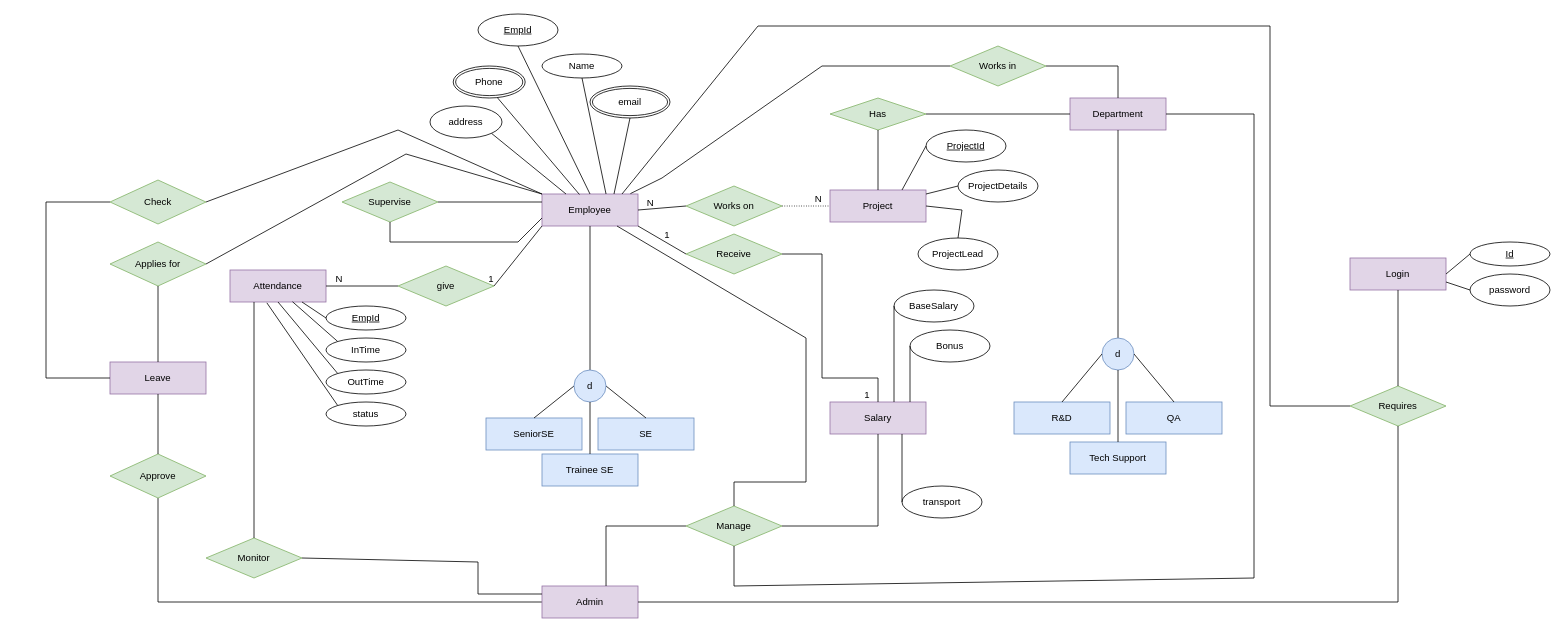
Above: ERD/EER_Software.drawio in nabilah-h-s/NSL (draw.io), before the change. Source tidied: cells renumbered, new cells numbered last; positions are measured from the earlier drawing's top-left corner, leaving out a move shared by most shapes. Both pictures are drawn from the tidied source at 80%, with x=0, y=0 at pixel (46, 14).
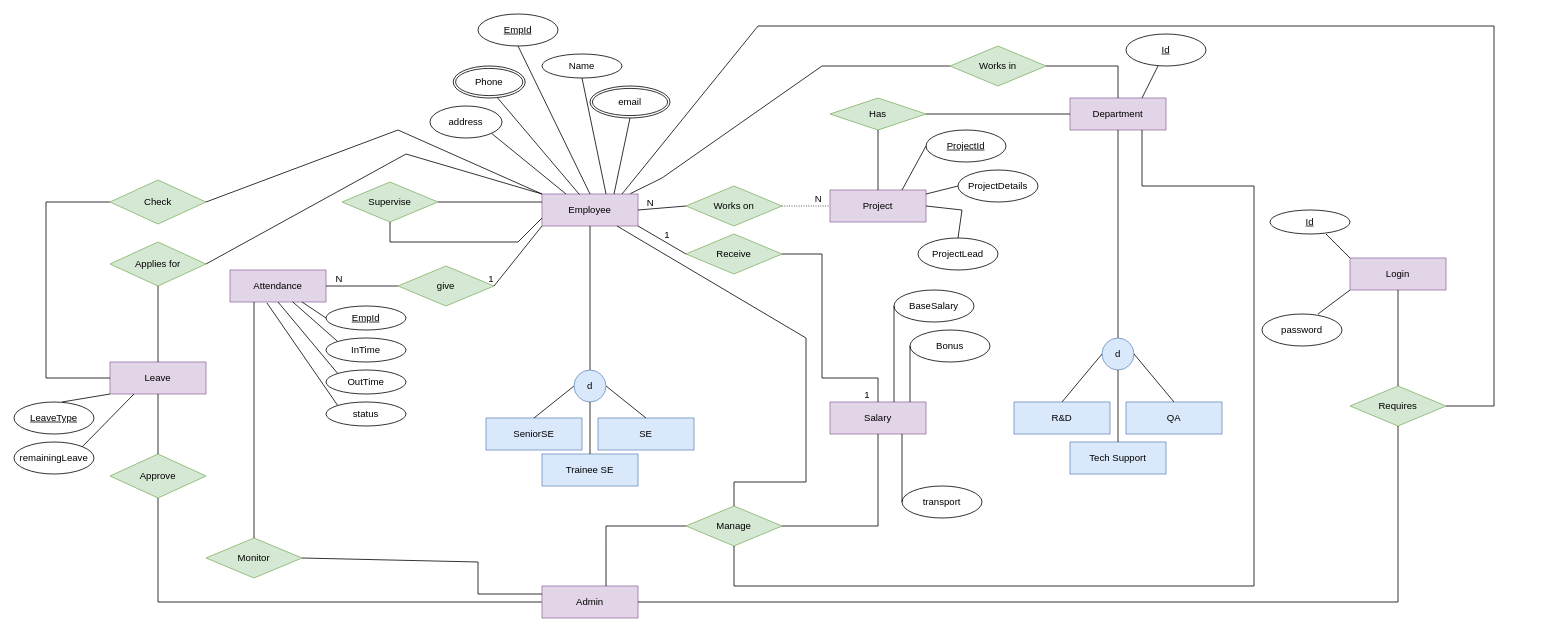
The same page after the edit.

The change refers to these unchanged cells:
```xml
<mxCell id="33" value="Department" style="rounded=0;whiteSpace=wrap;html=1;fillColor=#e1d5e7;strokeColor=#9673a6;" parent="1" vertex="1">
  <mxGeometry x="1280" y="105" width="120" height="40" as="geometry" />
</mxCell>
<mxCell id="37" value="Manage" style="shape=rhombus;perimeter=rhombusPerimeter;whiteSpace=wrap;html=1;align=center;fillColor=#d5e8d4;strokeColor=#82b366;" parent="1" vertex="1">
  <mxGeometry x="800" y="615" width="120" height="50" as="geometry" />
</mxCell>
<mxCell id="50" value="Leave" style="rounded=0;whiteSpace=wrap;html=1;fillColor=#e1d5e7;strokeColor=#9673a6;" parent="1" vertex="1">
  <mxGeometry x="80" y="435" width="120" height="40" as="geometry" />
</mxCell>
<mxCell id="92" value="Login" style="rounded=0;whiteSpace=wrap;html=1;fillColor=#e1d5e7;strokeColor=#9673a6;" parent="1" vertex="1">
  <mxGeometry x="1630" y="305" width="120" height="40" as="geometry" />
</mxCell>
<mxCell id="95" value="Requires" style="shape=rhombus;perimeter=rhombusPerimeter;whiteSpace=wrap;html=1;align=center;fillColor=#d5e8d4;strokeColor=#82b366;" parent="1" vertex="1">
  <mxGeometry x="1630" y="465" width="120" height="50" as="geometry" />
</mxCell>
```

What changed in the source:
```diff
@@
-    <mxCell id="41" style="endArrow=none;html=1;rounded=0;entryX=1;entryY=0.5;entryDx=0;entryDy=0;exitX=0.5;exitY=1;exitDx=0;exitDy=0;" parent="1" edge="1" source="37" target="33">
+    <mxCell id="41" style="endArrow=none;html=1;rounded=0;entryX=0.75;entryY=1;entryDx=0;entryDy=0;exitX=0.5;exitY=1;exitDx=0;exitDy=0;" parent="1" edge="1" source="37" target="33">
       <mxGeometry relative="1" as="geometry">
         <Array as="points">
           <mxPoint x="860" y="715" />
-          <mxPoint x="1510" y="705" />
-          <mxPoint x="1510" y="125" />
+          <mxPoint x="1510" y="715" />
+          <mxPoint x="1510" y="215" />
+          <mxPoint x="1370" y="215" />
         </Array>
       </mxGeometry>
     </mxCell>
@@
     <mxCell id="77" value="password" style="ellipse;whiteSpace=wrap;html=1;" parent="1" vertex="1">
-      <mxGeometry x="1780" y="325" width="100" height="40" as="geometry" />
+      <mxGeometry x="1520" y="375" width="100" height="40" as="geometry" />
     </mxCell>
@@
     <mxCell id="91" value="Id" style="ellipse;whiteSpace=wrap;html=1;align=center;fontStyle=4;" parent="1" vertex="1">
-      <mxGeometry x="1780" y="285" width="100" height="30" as="geometry" />
+      <mxGeometry x="1530" y="245" width="100" height="30" as="geometry" />
     </mxCell>
@@
-    <mxCell id="93" style="endArrow=none;html=1;rounded=0;entryX=0;entryY=0.5;entryDx=0;entryDy=0;exitX=1;exitY=0.5;exitDx=0;exitDy=0;" parent="1" edge="1" source="92" target="91">
-      <mxGeometry relative="1" as="geometry" />
+    <mxCell id="93" style="endArrow=none;html=1;rounded=0;exitX=0;exitY=0;exitDx=0;exitDy=0;" parent="1" edge="1" source="92">
+      <mxGeometry relative="1" as="geometry">
+        <mxPoint x="1600" y="275" as="targetPoint" />
+      </mxGeometry>
     </mxCell>
-    <mxCell id="94" style="endArrow=none;html=1;rounded=0;entryX=0;entryY=0.5;entryDx=0;entryDy=0;exitX=1;exitY=0.75;exitDx=0;exitDy=0;" parent="1" edge="1" source="92" target="77">
+    <mxCell id="94" style="endArrow=none;html=1;rounded=0;exitX=0;exitY=1;exitDx=0;exitDy=0;entryX=0.7;entryY=0;entryDx=0;entryDy=0;entryPerimeter=0;" parent="1" edge="1" source="92" target="77">
       <mxGeometry relative="1" as="geometry" />
     </mxCell>
@@
-    <mxCell id="98" style="endArrow=none;html=1;rounded=0;entryX=0;entryY=0.5;entryDx=0;entryDy=0;" parent="1" edge="1" target="95">
+    <mxCell id="98" style="endArrow=none;html=1;rounded=0;entryX=1;entryY=0.5;entryDx=0;entryDy=0;" parent="1" edge="1" target="95">
       <mxGeometry relative="1" as="geometry">
         <mxPoint x="720" y="225" as="sourcePoint" />
         <Array as="points">
           <mxPoint x="890" y="15" />
           <mxPoint x="1530" y="15" />
-          <mxPoint x="1530" y="490" />
+          <mxPoint x="1810" y="15" />
+          <mxPoint x="1810" y="490" />
         </Array>
       </mxGeometry>
     </mxCell>
@@
+    <mxCell id="108" value="Id" style="ellipse;whiteSpace=wrap;html=1;align=center;fontStyle=4;" parent="1" vertex="1">
+      <mxGeometry x="1350" y="25" width="100" height="40" as="geometry" />
+    </mxCell>
+    <mxCell id="109" value="LeaveType" style="ellipse;whiteSpace=wrap;html=1;align=center;fontStyle=4;" parent="1" vertex="1">
+      <mxGeometry x="-40" y="485" width="100" height="40" as="geometry" />
+    </mxCell>
+    <mxCell id="110" value="remainingLeave" style="ellipse;whiteSpace=wrap;html=1;align=center;" parent="1" vertex="1">
+      <mxGeometry x="-40" y="535" width="100" height="40" as="geometry" />
+    </mxCell>
+    <mxCell id="111" style="endArrow=none;html=1;rounded=0;exitX=0;exitY=1;exitDx=0;exitDy=0;entryX=0.6;entryY=0;entryDx=0;entryDy=0;entryPerimeter=0;" parent="1" edge="1" source="50" target="109">
+      <mxGeometry relative="1" as="geometry" />
+    </mxCell>
+    <mxCell id="112" style="endArrow=none;html=1;rounded=0;entryX=1;entryY=0;entryDx=0;entryDy=0;" parent="1" edge="1" target="110">
+      <mxGeometry relative="1" as="geometry">
+        <mxPoint x="110" y="475" as="sourcePoint" />
+      </mxGeometry>
+    </mxCell>
+    <mxCell id="113" style="endArrow=none;html=1;rounded=0;exitX=0.75;exitY=0;exitDx=0;exitDy=0;" parent="1" edge="1" source="33" target="108">
+      <mxGeometry relative="1" as="geometry" />
+    </mxCell>
```
